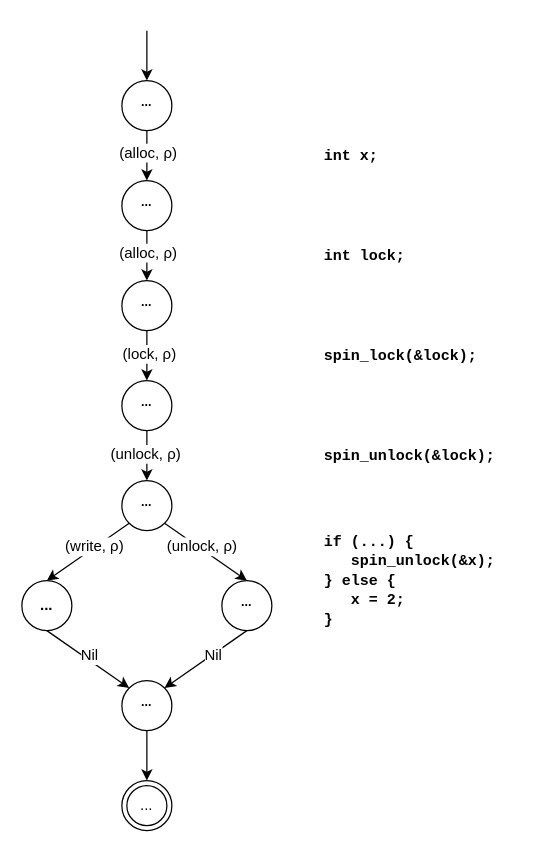
This is algorithm/figures/cfg_example.drawio from andersfischernielsen/Finding-Resource-Manipulation-Bugs-with-Monitor-Automata-on-the-Example-of-the-Linux-Kernel, a draw.io file, before an edit. Source tidied: cells renumbered, new cells numbered last; positions are measured from the earlier drawing's top-left corner, leaving out a move shared by most shapes. Both pictures are drawn from the tidied source at 125%, with x=0, y=0 at pixel (21, 30).
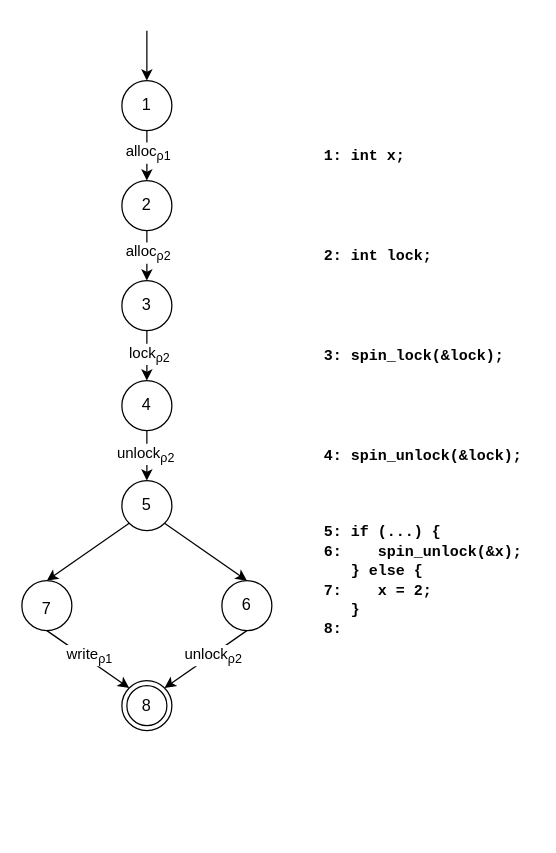
Above is the later version.

Unchanged cells that the change refers to:
```xml
<mxCell id="3" style="endArrow=classic;html=1;entryX=0.5;entryY=0;entryDx=0;entryDy=0;exitX=0.5;exitY=1;exitDx=0;exitDy=0;" parent="1" edge="1" source="28" target="2">
  <mxGeometry relative="1" as="geometry" />
</mxCell>
<mxCell id="5" style="endArrow=classic;html=1;exitX=0.5;exitY=1;exitDx=0;exitDy=0;entryX=0.5;entryY=0;entryDx=0;entryDy=0;" parent="1" edge="1" source="2" target="9">
  <mxGeometry relative="1" as="geometry" />
</mxCell>
<mxCell id="7" style="edgeStyle=orthogonalEdgeStyle;rounded=0;jettySize=auto;html=1;exitX=0.5;exitY=1;exitDx=0;exitDy=0;entryX=0.5;entryY=0;entryDx=0;entryDy=0;" parent="1" edge="1" source="9" target="16">
  <mxGeometry relative="1" as="geometry" />
</mxCell>
<mxCell id="12" style="rounded=0;jettySize=auto;html=1;exitX=0;exitY=1;exitDx=0;exitDy=0;entryX=0.5;entryY=0;entryDx=0;entryDy=0;" parent="1" edge="1" source="16" target="19">
  <mxGeometry relative="1" as="geometry" />
</mxCell>
<mxCell id="14" style="edgeStyle=none;rounded=0;jettySize=auto;html=1;exitX=1;exitY=1;exitDx=0;exitDy=0;entryX=0.5;entryY=0;entryDx=0;entryDy=0;" parent="1" edge="1" source="16" target="22">
  <mxGeometry relative="1" as="geometry" />
</mxCell>
<mxCell id="29" style="endArrow=classic;html=1;entryX=0.5;entryY=0;entryDx=0;entryDy=0;exitX=0.5;exitY=1;exitDx=0;exitDy=0;" parent="1" edge="1" source="31" target="28">
  <mxGeometry relative="1" as="geometry" />
</mxCell>
```

What changed in the source:
```diff
@@
-    <mxCell id="2" value="&lt;sup&gt;...&lt;/sup&gt;" style="ellipse;whiteSpace=wrap;html=1;fontStyle=1;" parent="1" vertex="1">
+    <mxCell id="2" value="&lt;sup style=&quot;font-size: 13px;&quot;&gt;3&lt;/sup&gt;" style="ellipse;whiteSpace=wrap;html=1;fontStyle=0;fontSize=13;verticalAlign=middle;spacingTop=4;spacing=0;" parent="1" vertex="1">
       <mxGeometry x="80" y="200" width="40" height="40" as="geometry" />
     </mxCell>
@@
-    <mxCell id="4" value="(alloc, ρ)" style="text;html=1;align=center;verticalAlign=middle;labelBackgroundColor=#ffffff;" parent="3" vertex="1">
+    <mxCell id="4" value="alloc&lt;sub&gt;ρ2&lt;/sub&gt;" style="text;html=1;align=center;verticalAlign=middle;labelBackgroundColor=#ffffff;" parent="3" vertex="1">
       <mxGeometry x="-0.4" y="1" relative="1" as="geometry">
         <mxPoint x="-1" y="5" as="offset" />
       </mxGeometry>
     </mxCell>
@@
-    <mxCell id="6" value="(lock, ρ)" style="text;html=1;align=center;verticalAlign=middle;labelBackgroundColor=#ffffff;" parent="5" vertex="1">
+    <mxCell id="6" value="lock&lt;sub&gt;ρ2&lt;/sub&gt;" style="text;html=1;align=center;verticalAlign=middle;labelBackgroundColor=#ffffff;" parent="5" vertex="1">
       <mxGeometry x="-0.2" y="1" relative="1" as="geometry">
         <mxPoint y="2" as="offset" />
       </mxGeometry>
     </mxCell>
@@
-    <mxCell id="8" value="(unlock, ρ)" style="text;html=1;align=center;verticalAlign=middle;labelBackgroundColor=#ffffff;" parent="7" vertex="1">
+    <mxCell id="8" value="unlock&lt;sub&gt;ρ2&lt;/sub&gt;" style="text;html=1;align=center;verticalAlign=middle;labelBackgroundColor=#ffffff;" parent="7" vertex="1">
       <mxGeometry x="-0.25" y="-2" relative="1" as="geometry">
         <mxPoint y="3" as="offset" />
       </mxGeometry>
     </mxCell>
-    <mxCell id="9" value="&lt;sup&gt;...&lt;/sup&gt;" style="ellipse;whiteSpace=wrap;html=1;fontStyle=1;" parent="1" vertex="1">
+    <mxCell id="9" value="&lt;sup style=&quot;font-size: 13px&quot;&gt;4&lt;/sup&gt;" style="ellipse;whiteSpace=wrap;html=1;fontStyle=0;fontSize=13;verticalAlign=middle;spacingTop=4;spacing=0;" parent="1" vertex="1">
       <mxGeometry x="80" y="280" width="40" height="40" as="geometry" />
     </mxCell>
-    <mxCell id="10" value="&lt;font face=&quot;Courier New&quot;&gt;int lock;&lt;/font&gt;" style="text;html=1;align=left;verticalAlign=middle;fontStyle=1;" parent="1" vertex="1">
-      <mxGeometry x="240" y="170" width="80" height="20" as="geometry" />
+    <mxCell id="10" value="&lt;font face=&quot;Courier New&quot;&gt;2: int lock;&lt;/font&gt;" style="text;html=1;align=left;verticalAlign=middle;fontStyle=1;" parent="1" vertex="1">
+      <mxGeometry x="240" y="170" width="100" height="20" as="geometry" />
     </mxCell>
-    <mxCell id="11" value="&lt;font face=&quot;Courier New&quot;&gt;spin_unlock(&amp;amp;lock);&lt;/font&gt;" style="text;html=1;align=left;verticalAlign=middle;fontStyle=1;" parent="1" vertex="1">
-      <mxGeometry x="240" y="330" width="150" height="20" as="geometry" />
+    <mxCell id="11" value="&lt;font face=&quot;Courier New&quot;&gt;4: spin_unlock(&amp;amp;lock);&lt;/font&gt;" style="text;html=1;align=left;verticalAlign=middle;fontStyle=1;" parent="1" vertex="1">
+      <mxGeometry x="240" y="330" width="170" height="20" as="geometry" />
     </mxCell>
@@
-    <mxCell id="13" value="(write,&amp;nbsp;ρ)" style="text;html=1;align=center;verticalAlign=middle;labelBackgroundColor=#ffffff;" parent="12" vertex="1">
-      <mxGeometry x="-0.08" y="-1" relative="1" as="geometry">
-        <mxPoint x="3" y="-1.6" as="offset" />
-      </mxGeometry>
-    </mxCell>
@@
-    <mxCell id="15" value="(unlock,&amp;nbsp;ρ)" style="text;html=1;align=center;verticalAlign=middle;labelBackgroundColor=#ffffff;" parent="14" vertex="1">
-      <mxGeometry x="0.11" y="1" relative="1" as="geometry">
-        <mxPoint x="-8" y="-6.6" as="offset" />
-      </mxGeometry>
-    </mxCell>
-    <mxCell id="16" value="&lt;sup&gt;...&lt;/sup&gt;" style="ellipse;whiteSpace=wrap;html=1;fontStyle=1;" parent="1" vertex="1">
+    <mxCell id="16" value="&lt;sup style=&quot;font-size: 13px&quot;&gt;5&lt;/sup&gt;" style="ellipse;whiteSpace=wrap;html=1;fontStyle=0;fontSize=13;verticalAlign=middle;spacingTop=4;spacing=0;" parent="1" vertex="1">
       <mxGeometry x="80" y="360" width="40" height="40" as="geometry" />
     </mxCell>
-    <mxCell id="17" style="edgeStyle=none;rounded=0;jettySize=auto;html=1;exitX=0.5;exitY=1;exitDx=0;exitDy=0;entryX=0;entryY=0;entryDx=0;entryDy=0;" parent="1" edge="1" source="19" target="25">
+    <mxCell id="17" style="edgeStyle=none;rounded=0;jettySize=auto;html=1;exitX=0.5;exitY=1;exitDx=0;exitDy=0;entryX=0;entryY=0;entryDx=0;entryDy=0;" parent="1" edge="1" source="19" target="34">
       <mxGeometry relative="1" as="geometry" />
     </mxCell>
-    <mxCell id="18" value="Nil" style="text;html=1;align=center;verticalAlign=middle;labelBackgroundColor=#ffffff;" parent="17" vertex="1">
+    <mxCell id="18" value="write&lt;sub&gt;ρ1&lt;/sub&gt;" style="text;html=1;align=center;verticalAlign=middle;labelBackgroundColor=#ffffff;" parent="17" vertex="1">
       <mxGeometry x="-0.03" y="3" relative="1" as="geometry" />
     </mxCell>
-    <mxCell id="19" value="&lt;b&gt;...&lt;/b&gt;" style="ellipse;whiteSpace=wrap;html=1;" parent="1" vertex="1">
+    <mxCell id="19" value="&lt;span style=&quot;font-size: 13px&quot;&gt;7&lt;/span&gt;" style="ellipse;whiteSpace=wrap;html=1;fontSize=13;fontStyle=0;verticalAlign=middle;spacingTop=4;spacing=0;" parent="1" vertex="1">
       <mxGeometry y="440" width="40" height="40" as="geometry" />
     </mxCell>
-    <mxCell id="20" style="edgeStyle=none;rounded=0;jettySize=auto;html=1;exitX=0.5;exitY=1;exitDx=0;exitDy=0;entryX=1;entryY=0;entryDx=0;entryDy=0;" parent="1" edge="1" source="22" target="25">
+    <mxCell id="20" style="edgeStyle=none;rounded=0;jettySize=auto;html=1;exitX=0.5;exitY=1;exitDx=0;exitDy=0;entryX=1;entryY=0;entryDx=0;entryDy=0;" parent="1" edge="1" source="22" target="34">
       <mxGeometry relative="1" as="geometry" />
     </mxCell>
-    <mxCell id="21" value="Nil" style="text;html=1;align=center;verticalAlign=middle;labelBackgroundColor=#ffffff;" parent="20" vertex="1">
+    <mxCell id="21" value="unlock&lt;sub&gt;ρ2&lt;/sub&gt;" style="text;html=1;align=center;verticalAlign=middle;labelBackgroundColor=#ffffff;" parent="20" vertex="1">
       <mxGeometry x="-0.15" relative="1" as="geometry" />
     </mxCell>
-    <mxCell id="22" value="&lt;sup&gt;...&lt;/sup&gt;" style="ellipse;whiteSpace=wrap;html=1;fontStyle=1;" parent="1" vertex="1">
+    <mxCell id="22" value="&lt;sup style=&quot;font-size: 13px&quot;&gt;6&lt;/sup&gt;" style="ellipse;whiteSpace=wrap;html=1;fontStyle=0;fontSize=13;verticalAlign=middle;spacingTop=4;spacing=0;" parent="1" vertex="1">
       <mxGeometry x="160" y="440" width="40" height="40" as="geometry" />
     </mxCell>
-    <mxCell id="23" value="&lt;font face=&quot;Courier New&quot;&gt;if (...) { &lt;br&gt;&amp;nbsp; &amp;nbsp;spin_unlock(&amp;amp;x);&lt;/font&gt;&lt;font face=&quot;Courier New&quot;&gt;&lt;br&gt;} else { &lt;br&gt;&amp;nbsp; &amp;nbsp;x = 2;&lt;/font&gt;&lt;font face=&quot;Courier New&quot;&gt;&lt;br&gt;}&lt;/font&gt;" style="text;html=1;align=left;verticalAlign=middle;fontStyle=1;" parent="1" vertex="1">
-      <mxGeometry x="240" y="400" width="150" height="80" as="geometry" />
+    <mxCell id="23" value="&lt;font face=&quot;Courier New&quot;&gt;5: if (...) { &lt;br&gt;6:&amp;nbsp; &amp;nbsp; spin_unlock(&amp;amp;x);&lt;/font&gt;&lt;font face=&quot;Courier New&quot;&gt;&lt;br&gt;&amp;nbsp; &amp;nbsp;} else { &lt;br&gt;7:&amp;nbsp; &amp;nbsp; x = 2;&lt;/font&gt;&lt;font face=&quot;Courier New&quot;&gt;&lt;br&gt;&amp;nbsp; &amp;nbsp;}&lt;br&gt;8:&lt;br&gt;&lt;/font&gt;" style="text;html=1;align=left;verticalAlign=middle;fontStyle=1;" parent="1" vertex="1">
+      <mxGeometry x="240" y="390" width="170" height="100" as="geometry" />
     </mxCell>
-    <mxCell id="24" style="edgeStyle=orthogonalEdgeStyle;rounded=0;jettySize=auto;html=1;exitX=0.5;exitY=1;exitDx=0;exitDy=0;entryX=0.5;entryY=0;entryDx=0;entryDy=0;" parent="1" edge="1" source="25">
-      <mxGeometry relative="1" as="geometry">
-        <mxPoint x="100" y="600" as="targetPoint" />
-      </mxGeometry>
-    </mxCell>
-    <mxCell id="25" value="&lt;b&gt;&lt;sup&gt;...&lt;/sup&gt;&lt;/b&gt;" style="ellipse;whiteSpace=wrap;html=1;" parent="1" vertex="1">
-      <mxGeometry x="80" y="520" width="40" height="40" as="geometry" />
-    </mxCell>
-    <mxCell id="26" value="&lt;font face=&quot;Courier New&quot;&gt;spin_lock(&amp;amp;lock);&lt;/font&gt;" style="text;html=1;align=left;verticalAlign=middle;fontStyle=1;" parent="1" vertex="1">
-      <mxGeometry x="240" y="250" width="140" height="20" as="geometry" />
+    <mxCell id="26" value="&lt;font face=&quot;Courier New&quot;&gt;3: spin_lock(&amp;amp;lock);&lt;/font&gt;" style="text;html=1;align=left;verticalAlign=middle;fontStyle=1;" parent="1" vertex="1">
+      <mxGeometry x="240" y="250" width="160" height="20" as="geometry" />
     </mxCell>
-    <mxCell id="27" value="&lt;font face=&quot;Courier New&quot;&gt;int x;&lt;/font&gt;" style="text;html=1;align=left;verticalAlign=middle;fontStyle=1;" parent="1" vertex="1">
-      <mxGeometry x="240" y="90" width="60" height="20" as="geometry" />
+    <mxCell id="27" value="&lt;font face=&quot;Courier New&quot;&gt;1: int x;&lt;/font&gt;" style="text;html=1;align=left;verticalAlign=middle;fontStyle=1;" parent="1" vertex="1">
+      <mxGeometry x="240" y="90" width="80" height="20" as="geometry" />
     </mxCell>
-    <mxCell id="28" value="&lt;sup&gt;...&lt;/sup&gt;" style="ellipse;whiteSpace=wrap;html=1;fontStyle=1;" parent="1" vertex="1">
+    <mxCell id="28" value="&lt;sup style=&quot;font-size: 13px;&quot;&gt;2&lt;/sup&gt;" style="ellipse;whiteSpace=wrap;html=1;fontStyle=0;fontSize=13;verticalAlign=middle;spacingTop=4;spacing=0;" parent="1" vertex="1">
       <mxGeometry x="80" y="120" width="40" height="40" as="geometry" />
     </mxCell>
@@
-    <mxCell id="30" value="(alloc, ρ)" style="text;html=1;align=center;verticalAlign=middle;labelBackgroundColor=#ffffff;" parent="29" vertex="1">
+    <mxCell id="30" value="alloc&lt;sub&gt;ρ1&lt;/sub&gt;" style="text;html=1;align=center;verticalAlign=middle;labelBackgroundColor=#ffffff;" parent="29" vertex="1">
       <mxGeometry x="-0.05" relative="1" as="geometry">
         <mxPoint y="-2" as="offset" />
       </mxGeometry>
     </mxCell>
-    <mxCell id="31" value="&lt;sup&gt;...&lt;/sup&gt;" style="ellipse;whiteSpace=wrap;html=1;fontStyle=1;" parent="1" vertex="1">
+    <mxCell id="31" value="&lt;sup style=&quot;font-size: 13px;&quot;&gt;1&lt;/sup&gt;" style="ellipse;whiteSpace=wrap;html=1;fontStyle=0;fontSize=13;verticalAlign=middle;spacingTop=4;spacing=0;" parent="1" vertex="1">
       <mxGeometry x="80" y="40" width="40" height="40" as="geometry" />
     </mxCell>
@@
-    <mxCell id="33" value="..." style="ellipse;shape=doubleEllipse;whiteSpace=wrap;html=1;" parent="1" vertex="1">
-      <mxGeometry x="80" y="600" width="40" height="40" as="geometry" />
-    </mxCell>
+    <mxCell id="34" value="8" style="ellipse;shape=doubleEllipse;whiteSpace=wrap;html=1;fontSize=13;" parent="1" vertex="1">
+      <mxGeometry x="80" y="520" width="40" height="40" as="geometry" />
+    </mxCell>
```
